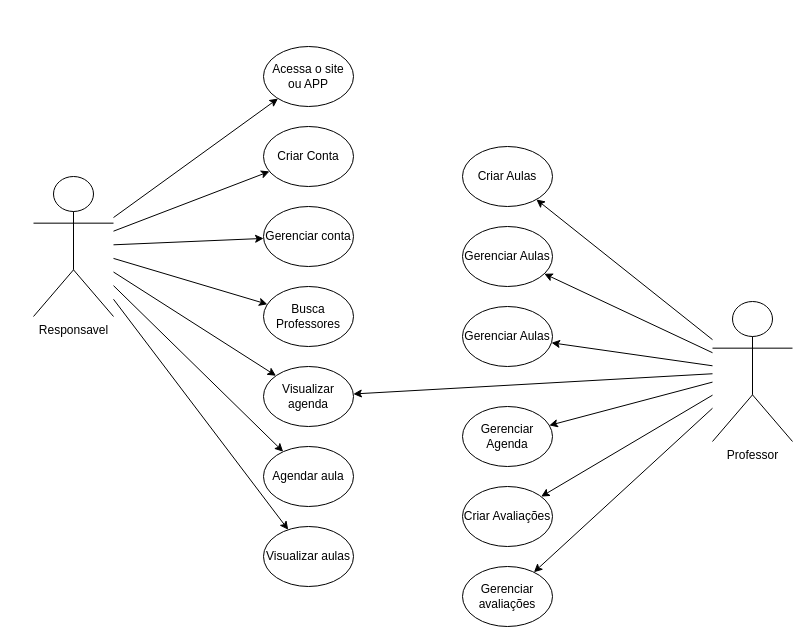
CharlesTM1/Diagramasderequisitos keeps this draw.io diagram as page "Página-1" (1 of 2) of reforçaedu.drawio. Above is the earlier version. Source tidied: cells renumbered, new cells numbered last; positions are measured from the earlier drawing's top-left corner, leaving out a move shared by most shapes. Both pictures are drawn from the tidied source at 100%, with x=0, y=0 at pixel (33, 46).
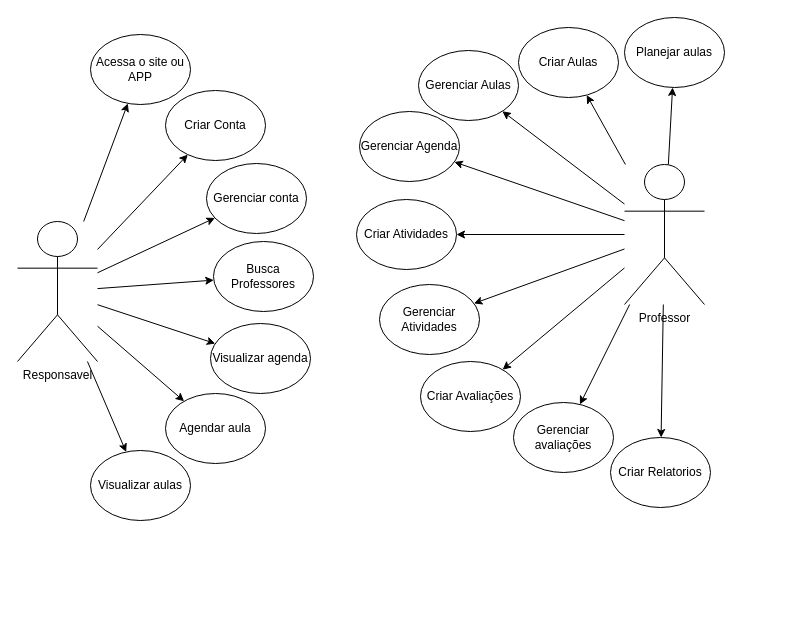
The same page after the edit.

What changed in the source:
```diff
@@
-<mxGraphModel>
+<mxGraphModel background="#ffffff">
@@
     <mxCell id="2" value="Responsavel" style="shape=umlActor;verticalLabelPosition=bottom;verticalAlign=top;html=1;outlineConnect=0;" parent="1" vertex="1">
-      <mxGeometry y="130" width="80" height="140" as="geometry" />
+      <mxGeometry x="-16" y="175" width="80" height="140" as="geometry" />
     </mxCell>
     <mxCell id="3" value="Criar Conta" style="ellipse;whiteSpace=wrap;html=1;" parent="1" vertex="1">
-      <mxGeometry x="230" y="80" width="90" height="60" as="geometry" />
+      <mxGeometry x="132" y="44" width="100" height="70" as="geometry" />
     </mxCell>
     <mxCell id="4" value="Gerenciar conta" style="ellipse;whiteSpace=wrap;html=1;" parent="1" vertex="1">
-      <mxGeometry x="230" y="160" width="90" height="60" as="geometry" />
+      <mxGeometry x="173" y="117" width="100" height="70" as="geometry" />
     </mxCell>
     <mxCell id="5" value="Visualizar agenda" style="ellipse;whiteSpace=wrap;html=1;" parent="1" vertex="1">
-      <mxGeometry x="230" y="320" width="90" height="60" as="geometry" />
+      <mxGeometry x="177" y="277" width="100" height="70" as="geometry" />
     </mxCell>
     <mxCell id="6" value="Agendar aula" style="ellipse;whiteSpace=wrap;html=1;" parent="1" vertex="1">
-      <mxGeometry x="230" y="400" width="90" height="60" as="geometry" />
+      <mxGeometry x="132" y="347" width="100" height="70" as="geometry" />
     </mxCell>
     <mxCell id="7" value="Visualizar aulas" style="ellipse;whiteSpace=wrap;html=1;" parent="1" vertex="1">
-      <mxGeometry x="230" y="480" width="90" height="60" as="geometry" />
+      <mxGeometry x="57" y="404" width="100" height="70" as="geometry" />
     </mxCell>
@@
     <mxCell id="13" value="Professor" style="shape=umlActor;verticalLabelPosition=bottom;verticalAlign=top;html=1;outlineConnect=0;" parent="1" vertex="1">
-      <mxGeometry x="679" y="255" width="80" height="140" as="geometry" />
+      <mxGeometry x="591" y="118" width="80" height="140" as="geometry" />
     </mxCell>
     <mxCell id="14" value="Gerenciar Agenda" style="ellipse;whiteSpace=wrap;html=1;" parent="1" vertex="1">
-      <mxGeometry x="429" y="360" width="90" height="60" as="geometry" />
+      <mxGeometry x="326" y="65" width="100" height="70" as="geometry" />
     </mxCell>
     <mxCell id="15" value="Criar Aulas" style="ellipse;whiteSpace=wrap;html=1;" parent="1" vertex="1">
-      <mxGeometry x="429" y="100" width="90" height="60" as="geometry" />
+      <mxGeometry x="485" y="-19" width="100" height="70" as="geometry" />
     </mxCell>
     <mxCell id="16" value="Gerenciar Aulas" style="ellipse;whiteSpace=wrap;html=1;" parent="1" vertex="1">
-      <mxGeometry x="429" y="180" width="90" height="60" as="geometry" />
+      <mxGeometry x="385" y="4" width="100" height="70" as="geometry" />
     </mxCell>
     <mxCell id="17" value="Criar Avaliações" style="ellipse;whiteSpace=wrap;html=1;" parent="1" vertex="1">
-      <mxGeometry x="429" y="440" width="90" height="60" as="geometry" />
+      <mxGeometry x="387" y="315" width="100" height="70" as="geometry" />
     </mxCell>
     <mxCell id="18" value="Gerenciar avaliações" style="ellipse;whiteSpace=wrap;html=1;" parent="1" vertex="1">
-      <mxGeometry x="429" y="520" width="90" height="60" as="geometry" />
+      <mxGeometry x="480" y="356" width="100" height="70" as="geometry" />
     </mxCell>
-    <mxCell id="19" style="endArrow=classic;html=1;rounded=0;" parent="1" edge="1" source="13" target="5">
-      <mxGeometry relative="1" as="geometry" />
-    </mxCell>
@@
     <mxCell id="25" value="Acessa o site ou APP" style="ellipse;whiteSpace=wrap;html=1;" parent="1" vertex="1">
-      <mxGeometry x="230" width="90" height="60" as="geometry" />
+      <mxGeometry x="57" y="-12" width="100" height="70" as="geometry" />
     </mxCell>
     <mxCell id="26" value="Busca Professores" style="ellipse;whiteSpace=wrap;html=1;" parent="1" vertex="1">
-      <mxGeometry x="230" y="240" width="90" height="60" as="geometry" />
+      <mxGeometry x="180" y="195" width="100" height="70" as="geometry" />
     </mxCell>
@@
-    <mxCell id="29" value="Gerenciar Aulas" style="ellipse;whiteSpace=wrap;html=1;" parent="1" vertex="1">
-      <mxGeometry x="429" y="260" width="90" height="60" as="geometry" />
+    <mxCell id="29" value="Planejar aulas" style="ellipse;whiteSpace=wrap;html=1;" parent="1" vertex="1">
+      <mxGeometry x="591" y="-29" width="100" height="70" as="geometry" />
     </mxCell>
@@
+    <mxCell id="31" value="Criar Relatorios" style="ellipse;whiteSpace=wrap;html=1;" parent="1" vertex="1">
+      <mxGeometry x="577" y="391" width="100" height="70" as="geometry" />
+    </mxCell>
+    <mxCell id="32" style="endArrow=classic;html=1;rounded=0;" parent="1" edge="1" source="13" target="31">
+      <mxGeometry relative="1" as="geometry" />
+    </mxCell>
+    <mxCell id="33" value="Criar Atividades" style="ellipse;whiteSpace=wrap;html=1;" parent="1" vertex="1">
+      <mxGeometry x="323" y="153" width="100" height="70" as="geometry" />
+    </mxCell>
+    <mxCell id="34" value="Gerenciar Atividades" style="ellipse;whiteSpace=wrap;html=1;" parent="1" vertex="1">
+      <mxGeometry x="346" y="238" width="100" height="70" as="geometry" />
+    </mxCell>
+    <mxCell id="35" style="endArrow=classic;html=1;rounded=0;" parent="1" edge="1" source="13" target="33">
+      <mxGeometry relative="1" as="geometry" />
+    </mxCell>
+    <mxCell id="36" style="endArrow=classic;html=1;rounded=0;" parent="1" edge="1" source="13" target="34">
+      <mxGeometry relative="1" as="geometry" />
+    </mxCell>
```
